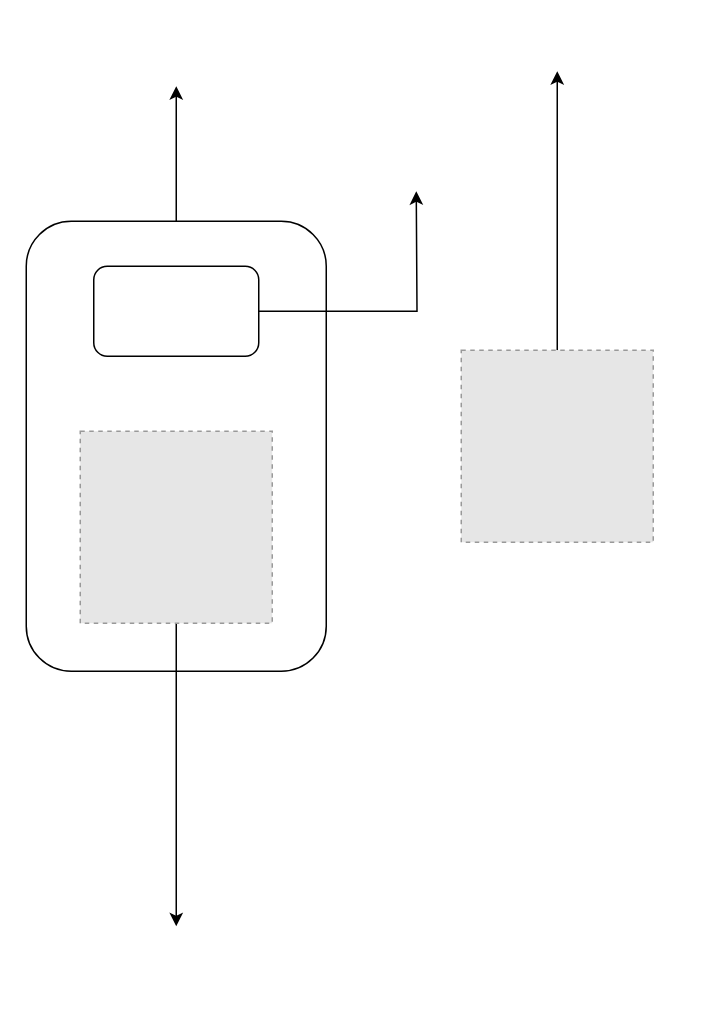
The draw.io diagram page "Design 2" (2 of 5) of Elevator-design.drawio in abhishekori/design, before the edit. Source tidied: cells renumbered, new cells numbered last; positions are measured from the earlier drawing's top-left corner, leaving out a move shared by most shapes. Both pictures are drawn from the tidied source at 150%, with x=0, y=0 at pixel (26, 70). Pictures stored in the file or linked from it are replaced by grey dashed boxes.
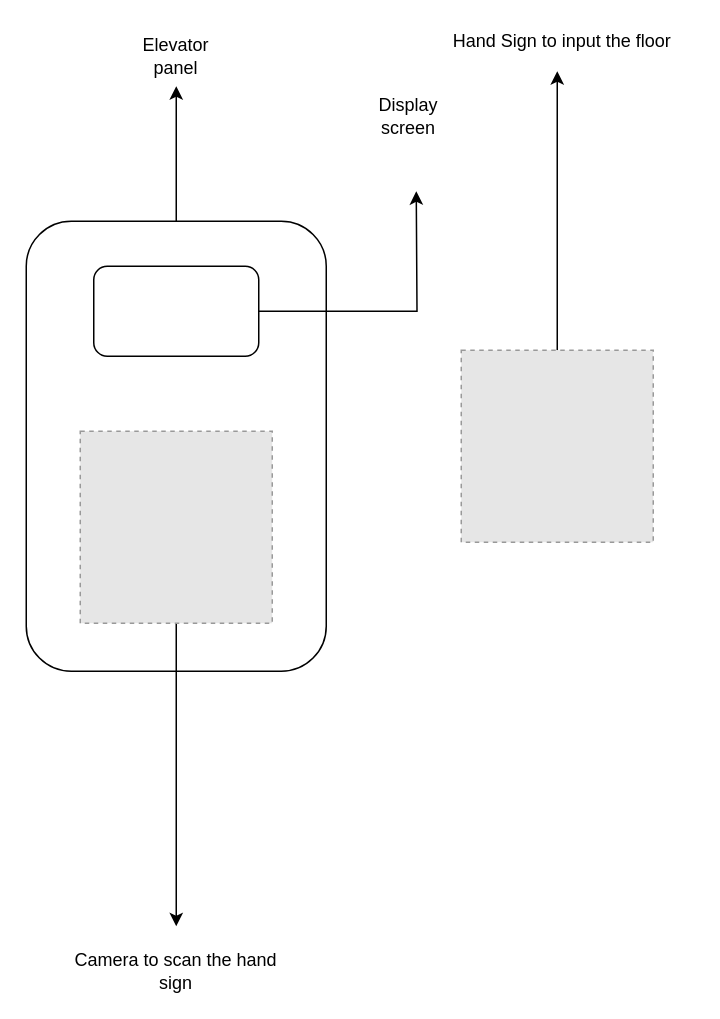
Above is the later version.

What changed in the source:
```diff
@@
 <mxGraphModel>
   <root>
     <mxCell id="0" />
     <mxCell id="1" parent="0" />
     <mxCell id="2" style="edgeStyle=orthogonalEdgeStyle;rounded=0;jettySize=auto;html=1;" parent="1" edge="1" source="3">
       <mxGeometry relative="1" as="geometry">
         <mxPoint x="100" y="10" as="targetPoint" />
       </mxGeometry>
     </mxCell>
     <mxCell id="3" style="rounded=1;whiteSpace=wrap;html=1;rotation=0;" parent="1" vertex="1">
       <mxGeometry y="100" width="200" height="300" as="geometry" />
     </mxCell>
     <mxCell id="4" style="edgeStyle=orthogonalEdgeStyle;rounded=0;jettySize=auto;html=1;" parent="1" edge="1" source="5">
       <mxGeometry relative="1" as="geometry">
         <mxPoint x="100" y="570" as="targetPoint" />
       </mxGeometry>
     </mxCell>
     <mxCell id="5" style="fillColor=#E6E6E6;strokeColor=#999999;dashed=1;html=1;verticalAlign=top;verticalLabelPosition=bottom;labelBackgroundColor=#ffffff;" parent="1" vertex="1">
       <mxGeometry x="36" y="240" width="128" height="128" as="geometry" />
     </mxCell>
     <mxCell id="6" style="edgeStyle=orthogonalEdgeStyle;rounded=0;jettySize=auto;html=1;" parent="1" edge="1" source="7">
       <mxGeometry relative="1" as="geometry">
         <mxPoint x="260" y="80" as="targetPoint" />
       </mxGeometry>
     </mxCell>
     <mxCell id="7" style="rounded=1;whiteSpace=wrap;html=1;" parent="1" vertex="1">
       <mxGeometry x="45" y="130" width="110" height="60" as="geometry" />
     </mxCell>
     <mxCell id="8" style="edgeStyle=orthogonalEdgeStyle;rounded=0;jettySize=auto;html=1;" parent="1" edge="1" source="9">
       <mxGeometry relative="1" as="geometry">
         <mxPoint x="354" as="targetPoint" />
       </mxGeometry>
     </mxCell>
     <mxCell id="9" style="fillColor=#E6E6E6;strokeColor=#999999;dashed=1;html=1;verticalAlign=top;verticalLabelPosition=bottom;labelBackgroundColor=#ffffff;" parent="1" vertex="1">
       <mxGeometry x="290" y="186" width="128" height="128" as="geometry" />
     </mxCell>
+    <mxCell id="10" value="Elevator panel" style="text;html=1;strokeColor=none;fillColor=none;align=center;verticalAlign=middle;whiteSpace=wrap;rounded=0;" parent="1" vertex="1">
+      <mxGeometry x="80" y="-20" width="40" height="20" as="geometry" />
+    </mxCell>
+    <mxCell id="11" value="Hand Sign to input the floor" style="text;html=1;strokeColor=none;fillColor=none;align=center;verticalAlign=middle;whiteSpace=wrap;rounded=0;" parent="1" vertex="1">
+      <mxGeometry x="270" y="-30" width="175" height="20" as="geometry" />
+    </mxCell>
+    <mxCell id="12" value="Display screen" style="text;html=1;strokeColor=none;fillColor=none;align=center;verticalAlign=middle;whiteSpace=wrap;rounded=0;" parent="1" vertex="1">
+      <mxGeometry x="220" width="70" height="60" as="geometry" />
+    </mxCell>
+    <mxCell id="13" value="Camera to scan the hand sign" style="text;html=1;strokeColor=none;fillColor=none;align=center;verticalAlign=middle;whiteSpace=wrap;rounded=0;" parent="1" vertex="1">
+      <mxGeometry x="25" y="590" width="150" height="20" as="geometry" />
+    </mxCell>
   </root>
 </mxGraphModel>
```
